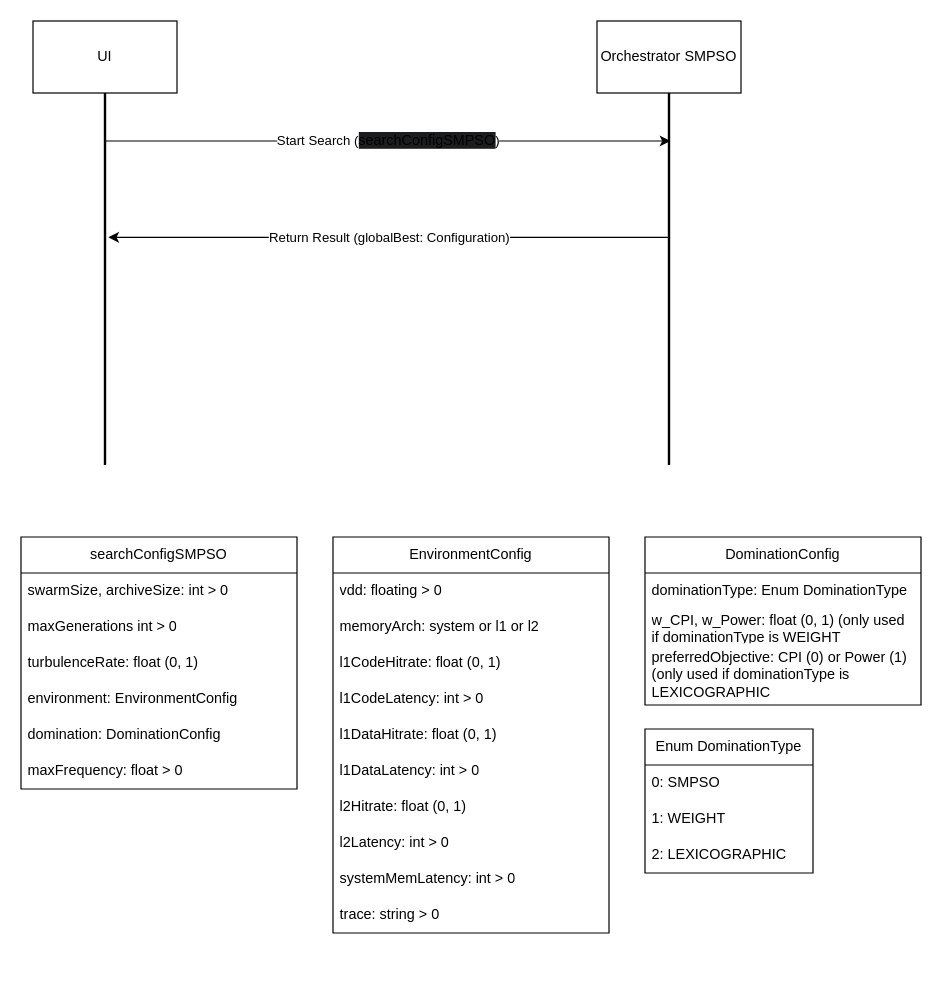
R-a-d-u/PSATSimSimulation keeps this draw.io diagram as page "SMPSO" (1 of 2) of scheme/UI-Orchestrator.drawio. Above is the earlier version. Source tidied: cells renumbered, new cells numbered last; positions are measured from the earlier drawing's top-left corner, leaving out a move shared by most shapes. Both pictures are drawn from the tidied source at 120%, with x=0, y=0 at pixel (20, 20).
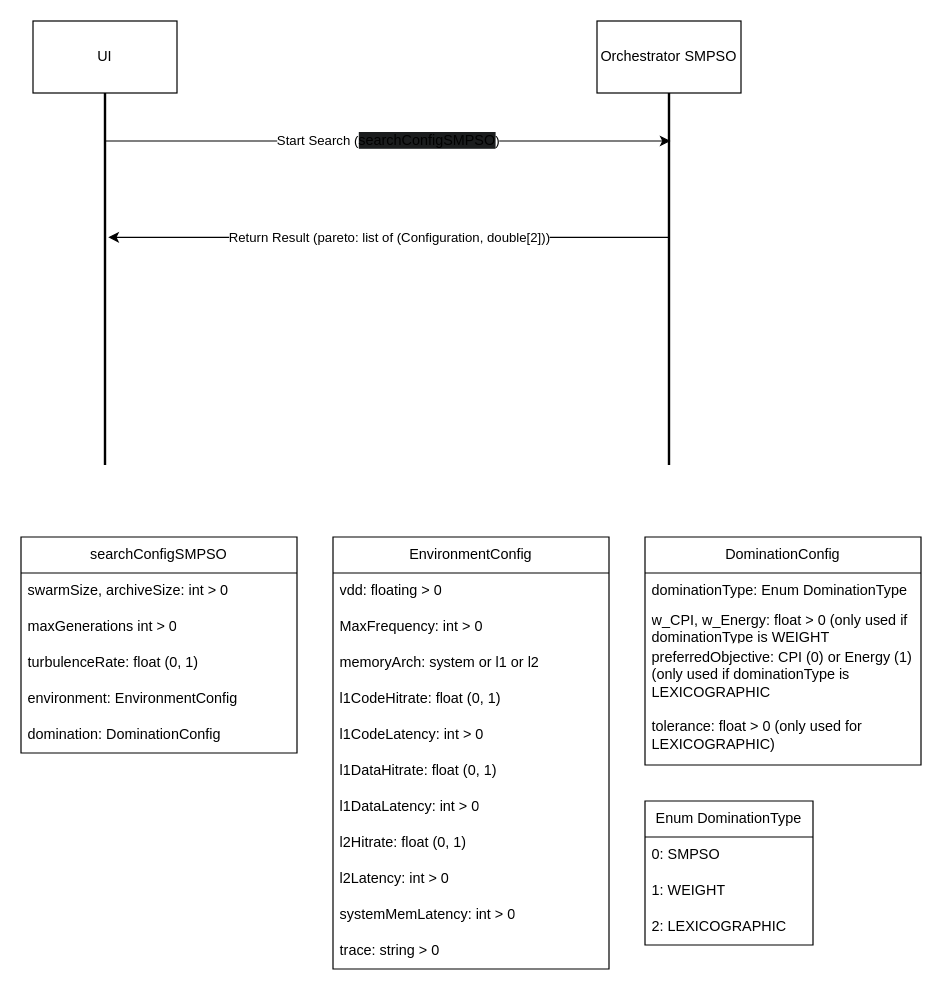
The same page after the edit.

Unchanged cells that the change refers to:
```xml
<mxCell id="8" style="endArrow=classic;html=1;rounded=0;entryX=0.388;entryY=0.229;entryDx=0;entryDy=0;entryPerimeter=0;exitX=0.388;exitY=0.5;exitDx=0;exitDy=0;exitPerimeter=0;" parent="1" edge="1" source="5" target="3">
  <mxGeometry relative="1" as="geometry" />
</mxCell>
```

What changed in the source:
```diff
@@
-    <mxCell id="9" value="Return Result (globalBest: Configuration)" style="edgeLabel;html=1;align=center;verticalAlign=middle;" parent="8" vertex="1">
+    <mxCell id="9" value="Return Result (pareto: list of (Configuration, double[2]))" style="edgeLabel;html=1;align=center;verticalAlign=middle;" parent="8" vertex="1">
       <mxGeometry relative="1" as="geometry" />
     </mxCell>
     <mxCell id="10" value="searchConfigSMPSO" style="swimlane;fontStyle=0;horizontal=1;startSize=30;whiteSpace=wrap;html=1;" parent="1" vertex="1">
-      <mxGeometry y="430" width="230" height="210" as="geometry" />
+      <mxGeometry y="430" width="230" height="180" as="geometry" />
     </mxCell>
@@
-    <mxCell id="16" value="maxFrequency: float &amp;gt; 0" style="text;strokeColor=none;fillColor=none;align=left;verticalAlign=middle;spacingLeft=4;spacingRight=4;overflow=hidden;whiteSpace=wrap;html=1;" parent="10" vertex="1">
-      <mxGeometry y="180" width="230" height="30" as="geometry" />
-    </mxCell>
     <mxCell id="17" value="EnvironmentConfig" style="swimlane;fontStyle=0;horizontal=1;startSize=30;whiteSpace=wrap;html=1;" parent="1" vertex="1">
-      <mxGeometry x="260" y="430" width="230" height="330" as="geometry" />
+      <mxGeometry x="260" y="430" width="230" height="360" as="geometry" />
     </mxCell>
@@
+    <mxCell id="36" value="MaxFrequency: int &amp;gt; 0" style="text;strokeColor=none;fillColor=none;align=left;verticalAlign=middle;spacingLeft=4;spacingRight=4;overflow=hidden;whiteSpace=wrap;html=1;" parent="17" vertex="1">
+      <mxGeometry y="60" width="230" height="30" as="geometry" />
+    </mxCell>
     <mxCell id="19" value="memoryArch: system or l1 or l2" style="text;strokeColor=none;fillColor=none;align=left;verticalAlign=middle;spacingLeft=4;spacingRight=4;overflow=hidden;whiteSpace=wrap;html=1;" parent="17" vertex="1">
-      <mxGeometry y="60" width="230" height="30" as="geometry" />
+      <mxGeometry y="90" width="230" height="30" as="geometry" />
     </mxCell>
     <mxCell id="20" value="l1CodeHitrate: float (0, 1)" style="text;strokeColor=none;fillColor=none;align=left;verticalAlign=middle;spacingLeft=4;spacingRight=4;overflow=hidden;whiteSpace=wrap;html=1;" parent="17" vertex="1">
-      <mxGeometry y="90" width="230" height="30" as="geometry" />
+      <mxGeometry y="120" width="230" height="30" as="geometry" />
     </mxCell>
     <mxCell id="21" value="l1CodeLatency: int &amp;gt; 0" style="text;strokeColor=none;fillColor=none;align=left;verticalAlign=middle;spacingLeft=4;spacingRight=4;overflow=hidden;whiteSpace=wrap;html=1;" parent="17" vertex="1">
-      <mxGeometry y="120" width="230" height="30" as="geometry" />
+      <mxGeometry y="150" width="230" height="30" as="geometry" />
     </mxCell>
     <mxCell id="22" value="l1DataHitrate: float (0, 1)" style="text;strokeColor=none;fillColor=none;align=left;verticalAlign=middle;spacingLeft=4;spacingRight=4;overflow=hidden;whiteSpace=wrap;html=1;" parent="17" vertex="1">
-      <mxGeometry y="150" width="230" height="30" as="geometry" />
+      <mxGeometry y="180" width="230" height="30" as="geometry" />
     </mxCell>
     <mxCell id="23" value="l1DataLatency: int &amp;gt; 0" style="text;strokeColor=none;fillColor=none;align=left;verticalAlign=middle;spacingLeft=4;spacingRight=4;overflow=hidden;whiteSpace=wrap;html=1;" parent="17" vertex="1">
-      <mxGeometry y="180" width="230" height="30" as="geometry" />
+      <mxGeometry y="210" width="230" height="30" as="geometry" />
     </mxCell>
     <mxCell id="24" value="l2Hitrate: float (0, 1)" style="text;strokeColor=none;fillColor=none;align=left;verticalAlign=middle;spacingLeft=4;spacingRight=4;overflow=hidden;whiteSpace=wrap;html=1;" parent="17" vertex="1">
-      <mxGeometry y="210" width="230" height="30" as="geometry" />
+      <mxGeometry y="240" width="230" height="30" as="geometry" />
     </mxCell>
     <mxCell id="25" value="l2Latency: int &amp;gt; 0" style="text;strokeColor=none;fillColor=none;align=left;verticalAlign=middle;spacingLeft=4;spacingRight=4;overflow=hidden;whiteSpace=wrap;html=1;" parent="17" vertex="1">
-      <mxGeometry y="240" width="230" height="30" as="geometry" />
+      <mxGeometry y="270" width="230" height="30" as="geometry" />
     </mxCell>
     <mxCell id="26" value="systemMemLatency: int &amp;gt; 0" style="text;strokeColor=none;fillColor=none;align=left;verticalAlign=middle;spacingLeft=4;spacingRight=4;overflow=hidden;whiteSpace=wrap;html=1;" parent="17" vertex="1">
-      <mxGeometry y="270" width="230" height="30" as="geometry" />
+      <mxGeometry y="300" width="230" height="30" as="geometry" />
     </mxCell>
     <mxCell id="27" value="trace: string &amp;gt; 0" style="text;strokeColor=none;fillColor=none;align=left;verticalAlign=middle;spacingLeft=4;spacingRight=4;overflow=hidden;whiteSpace=wrap;html=1;" parent="17" vertex="1">
-      <mxGeometry y="300" width="230" height="30" as="geometry" />
+      <mxGeometry y="330" width="230" height="30" as="geometry" />
     </mxCell>
     <mxCell id="28" value="Enum DominationType" style="swimlane;fontStyle=0;horizontal=1;startSize=30;whiteSpace=wrap;html=1;" parent="1" vertex="1">
-      <mxGeometry x="520" y="590" width="140" height="120" as="geometry" />
+      <mxGeometry x="520" y="650" width="140" height="120" as="geometry" />
     </mxCell>
@@
     <mxCell id="32" value="DominationConfig" style="swimlane;fontStyle=0;horizontal=1;startSize=30;whiteSpace=wrap;html=1;" parent="1" vertex="1">
-      <mxGeometry x="520" y="430" width="230" height="140" as="geometry" />
+      <mxGeometry x="520" y="430" width="230" height="190" as="geometry" />
     </mxCell>
@@
-    <mxCell id="34" value="w_CPI, w_Power: float (0, 1) (only used if dominationType is WEIGHT" style="text;strokeColor=none;fillColor=none;align=left;verticalAlign=middle;spacingLeft=4;spacingRight=4;overflow=hidden;whiteSpace=wrap;html=1;" parent="32" vertex="1">
+    <mxCell id="34" value="w_CPI, w_Energy: float &amp;gt; 0 (only used if dominationType is WEIGHT" style="text;strokeColor=none;fillColor=none;align=left;verticalAlign=middle;spacingLeft=4;spacingRight=4;overflow=hidden;whiteSpace=wrap;html=1;" parent="32" vertex="1">
       <mxGeometry y="60" width="230" height="30" as="geometry" />
     </mxCell>
-    <mxCell id="35" value="preferredObjective: CPI (0) or Power (1) (only used if dominationType is LEXICOGRAPHIC" style="text;strokeColor=none;fillColor=none;align=left;verticalAlign=middle;spacingLeft=4;spacingRight=4;overflow=hidden;whiteSpace=wrap;html=1;" parent="32" vertex="1">
+    <mxCell id="35" value="preferredObjective: CPI (0) or Energy (1) (only used if dominationType is LEXICOGRAPHIC" style="text;strokeColor=none;fillColor=none;align=left;verticalAlign=middle;spacingLeft=4;spacingRight=4;overflow=hidden;whiteSpace=wrap;html=1;" parent="32" vertex="1">
       <mxGeometry y="90" width="230" height="50" as="geometry" />
     </mxCell>
+    <mxCell id="37" value="tolerance: float &amp;gt; 0 (only used for LEXICOGRAPHIC)" style="text;strokeColor=none;fillColor=none;align=left;verticalAlign=middle;spacingLeft=4;spacingRight=4;overflow=hidden;whiteSpace=wrap;html=1;" parent="32" vertex="1">
+      <mxGeometry y="140" width="230" height="50" as="geometry" />
+    </mxCell>
```
